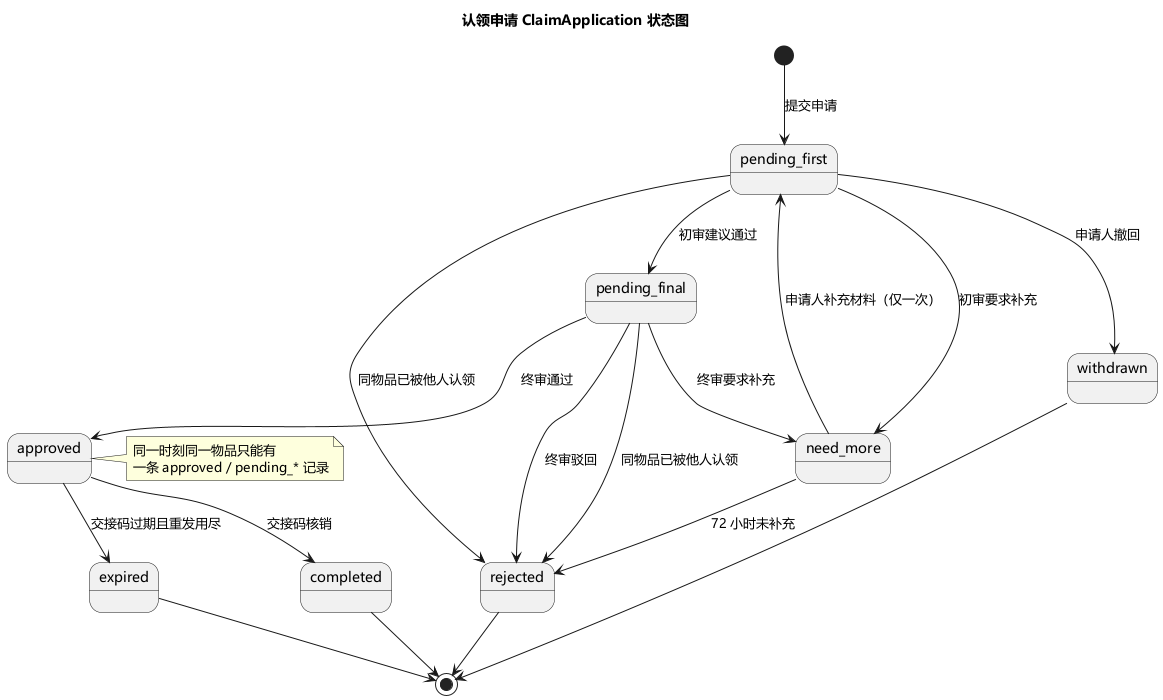
phao90016-jpg/Tongji-campus-lost-found keeps this PlantUML diagram as docs/assets/claim-state.png. Above is the earlier version. Its diagram source:
```plantuml
@startuml claim-state
title 认领申请 ClaimApplication 状态图

skinparam defaultFontName "Microsoft YaHei"
skinparam shadowing false

[*] --> pending_first : 提交申请
pending_first --> pending_final : 初审建议通过
pending_first --> need_more : 初审要求补充
pending_first --> withdrawn : 申请人撤回
pending_first --> rejected : 同物品已被他人认领
need_more --> pending_first : 申请人补充材料（仅一次）
need_more --> rejected : 72 小时未补充
pending_final --> approved : 终审通过
pending_final --> rejected : 终审驳回
pending_final --> need_more : 终审要求补充
pending_final --> rejected : 同物品已被他人认领
approved --> completed : 交接码核销
approved --> expired : 交接码过期且重发用尽
completed --> [*]
rejected --> [*]
withdrawn --> [*]
expired --> [*]

note right of approved
  同一时刻同一物品只能有
  一条 approved / pending_* 记录
end note

@enduml
```
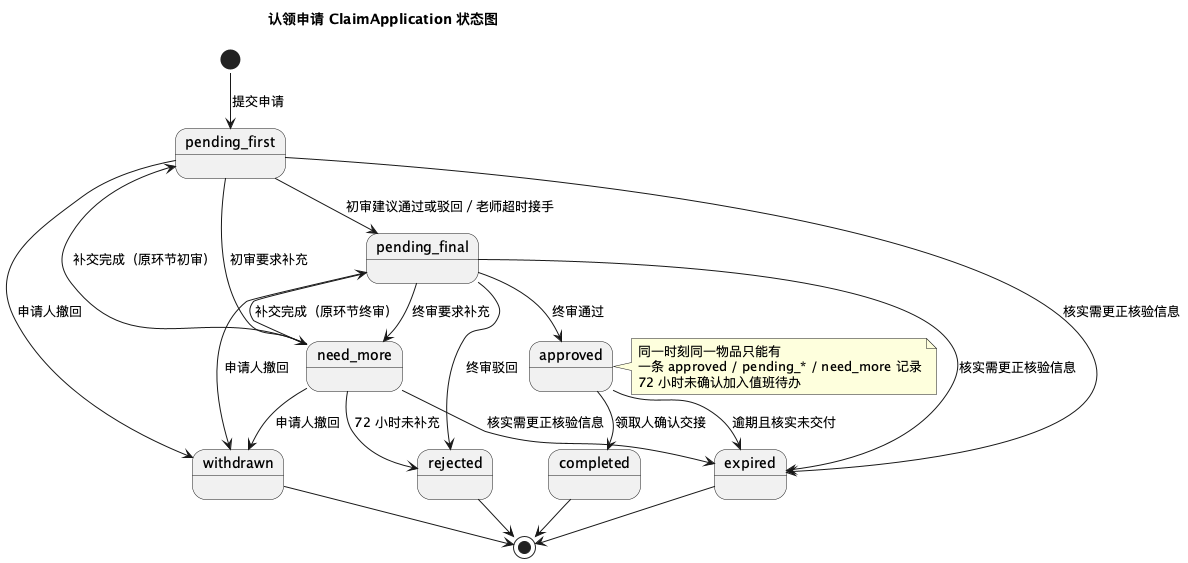
The same diagram one commit later.

What changed in the source:
```diff
@@ -1,22 +1,27 @@
 @startuml claim-state
+!pragma layout smetana
 title 认领申请 ClaimApplication 状态图
 
 skinparam defaultFontName "Microsoft YaHei"
 skinparam shadowing false
 
 [*] --> pending_first : 提交申请
-pending_first --> pending_final : 初审建议通过
+pending_first --> pending_final : 初审建议通过或驳回／老师超时接手
 pending_first --> need_more : 初审要求补充
 pending_first --> withdrawn : 申请人撤回
-pending_first --> rejected : 同物品已被他人认领
-need_more --> pending_first : 申请人补充材料（仅一次）
+need_more --> pending_first : 补交完成（原环节初审）
+need_more --> pending_final : 补交完成（原环节终审）
+need_more --> withdrawn : 申请人撤回
+pending_final --> withdrawn : 申请人撤回
 need_more --> rejected : 72 小时未补充
 pending_final --> approved : 终审通过
 pending_final --> rejected : 终审驳回
 pending_final --> need_more : 终审要求补充
-pending_final --> rejected : 同物品已被他人认领
-approved --> completed : 交接码核销
-approved --> expired : 交接码过期且重发用尽
+approved --> completed : 领取人确认交接
+approved --> expired : 逾期且核实未交付
+pending_first --> expired : 核实需更正核验信息
+pending_final --> expired : 核实需更正核验信息
+need_more --> expired : 核实需更正核验信息
 completed --> [*]
 rejected --> [*]
 withdrawn --> [*]
@@ -24,7 +29,8 @@
 
 note right of approved
   同一时刻同一物品只能有
-  一条 approved / pending_* 记录
+  一条 approved / pending_* / need_more 记录
+  72 小时未确认加入值班待办
 end note
 
 @enduml
```
